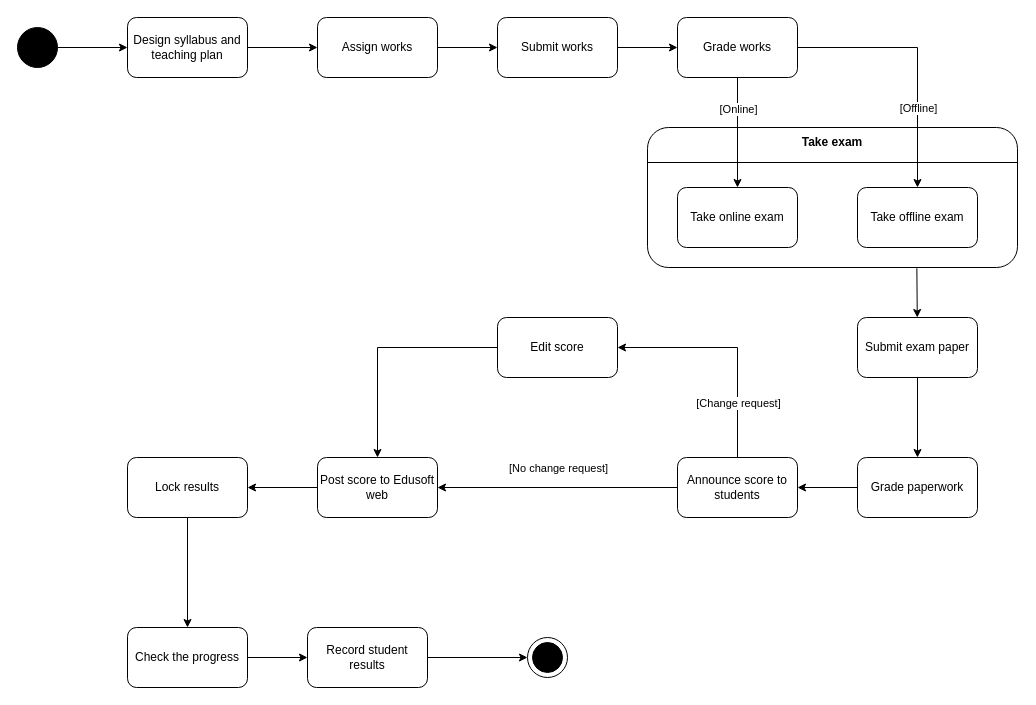
This is Lab 5/Topic 6_ Grading Process.drawio from JavaKhangNguyen/LabOOAD, a draw.io file, before an edit. Source tidied: cells renumbered, new cells numbered last; positions are measured from the earlier drawing's top-left corner, leaving out a move shared by most shapes. Both pictures are drawn from the tidied source at 100%, with x=0, y=0 at pixel (17, 17).
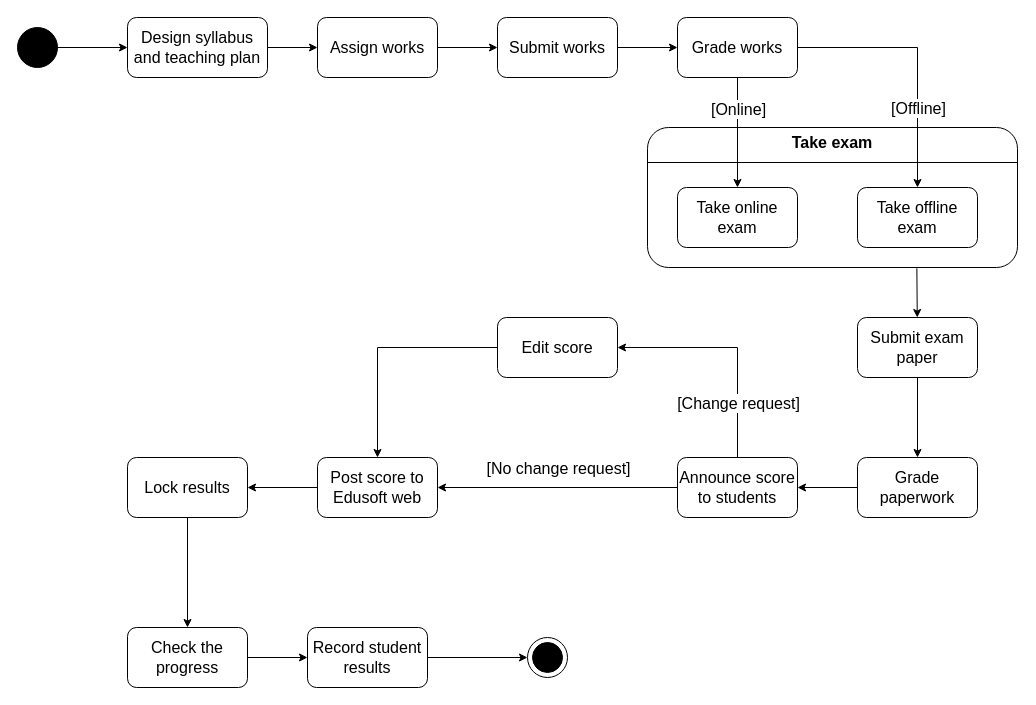
Above is the later version.

The change refers to these unchanged cells:
```xml
<mxCell id="4" style="endArrow=classic;html=1;rounded=0;exitX=0.5;exitY=1;exitDx=0;exitDy=0;entryX=0.5;entryY=0;entryDx=0;entryDy=0;" parent="1" edge="1" target="6">
  <mxGeometry relative="1" as="geometry">
    <mxPoint x="720" y="60" as="sourcePoint" />
  </mxGeometry>
</mxCell>
<mxCell id="7" style="endArrow=classic;html=1;rounded=0;exitX=1;exitY=0.5;exitDx=0;exitDy=0;entryX=0.5;entryY=0;entryDx=0;entryDy=0;" parent="1" edge="1" source="3" target="9">
  <mxGeometry relative="1" as="geometry">
    <Array as="points">
      <mxPoint x="900" y="30" />
    </Array>
  </mxGeometry>
</mxCell>
<mxCell id="23" style="endArrow=classic;html=1;rounded=0;entryX=1;entryY=0.5;entryDx=0;entryDy=0;exitX=0.5;exitY=0;exitDx=0;exitDy=0;" parent="1" edge="1" source="37" target="22">
  <mxGeometry relative="1" as="geometry">
    <Array as="points">
      <mxPoint x="720" y="330" />
    </Array>
  </mxGeometry>
</mxCell>
```

Diff of the diagram source:
```diff
@@
-    <mxCell id="3" value="Grade works" style="rounded=1;whiteSpace=wrap;html=1;fillColor=none;" parent="1" vertex="1">
+    <mxCell id="3" value="&lt;font style=&quot;font-size: 16px&quot;&gt;Grade works&lt;/font&gt;" style="rounded=1;whiteSpace=wrap;html=1;fillColor=none;" parent="1" vertex="1">
       <mxGeometry x="660" width="120" height="60" as="geometry" />
     </mxCell>
@@
-    <mxCell id="5" value="[Online]" style="edgeLabel;html=1;align=center;verticalAlign=middle;horizontal=1;" parent="4" vertex="1">
+    <mxCell id="5" value="&lt;font style=&quot;font-size: 16px&quot;&gt;[Online]&lt;/font&gt;" style="edgeLabel;html=1;align=center;verticalAlign=middle;horizontal=1;" parent="4" vertex="1">
       <mxGeometry x="0.52" y="3" relative="1" as="geometry">
         <mxPoint x="-3" y="-53" as="offset" />
       </mxGeometry>
     </mxCell>
-    <mxCell id="6" value="Take online exam" style="rounded=1;whiteSpace=wrap;html=1;fillColor=none;" parent="1" vertex="1">
+    <mxCell id="6" value="&lt;font style=&quot;font-size: 16px&quot;&gt;Take online exam&lt;/font&gt;" style="rounded=1;whiteSpace=wrap;html=1;fillColor=none;" parent="1" vertex="1">
       <mxGeometry x="660" y="170" width="120" height="60" as="geometry" />
     </mxCell>
@@
-    <mxCell id="8" value="[Offline]" style="edgeLabel;html=1;align=center;verticalAlign=middle;" parent="7" vertex="1">
+    <mxCell id="8" value="&lt;font style=&quot;font-size: 16px&quot;&gt;[Offline]&lt;/font&gt;" style="edgeLabel;html=1;align=center;verticalAlign=middle;" parent="7" vertex="1">
       <mxGeometry x="0.38" y="-1" relative="1" as="geometry">
         <mxPoint x="1" y="1" as="offset" />
       </mxGeometry>
     </mxCell>
-    <mxCell id="9" value="Take offline exam" style="rounded=1;whiteSpace=wrap;html=1;fillColor=none;" parent="1" vertex="1">
+    <mxCell id="9" value="&lt;font style=&quot;font-size: 16px&quot;&gt;Take offline exam&lt;/font&gt;" style="rounded=1;whiteSpace=wrap;html=1;fillColor=none;" parent="1" vertex="1">
       <mxGeometry x="840" y="170" width="120" height="60" as="geometry" />
     </mxCell>
-    <mxCell id="10" value="Submit exam paper" style="rounded=1;whiteSpace=wrap;html=1;fillColor=none;" parent="1" vertex="1">
+    <mxCell id="10" value="&lt;font style=&quot;font-size: 16px&quot;&gt;Submit exam paper&lt;/font&gt;" style="rounded=1;whiteSpace=wrap;html=1;fillColor=none;" parent="1" vertex="1">
       <mxGeometry x="840" y="300" width="120" height="60" as="geometry" />
     </mxCell>
@@
-    <mxCell id="13" value="Grade paperwork" style="rounded=1;whiteSpace=wrap;html=1;fillColor=none;" parent="1" vertex="1">
+    <mxCell id="13" value="&lt;font style=&quot;font-size: 16px&quot;&gt;Grade paperwork&lt;/font&gt;" style="rounded=1;whiteSpace=wrap;html=1;fillColor=none;" parent="1" vertex="1">
       <mxGeometry x="840" y="440" width="120" height="60" as="geometry" />
     </mxCell>
-    <mxCell id="14" value="&lt;span&gt;Post score to Edusoft web&lt;/span&gt;" style="rounded=1;whiteSpace=wrap;html=1;fillColor=none;" parent="1" vertex="1">
+    <mxCell id="14" value="&lt;span&gt;&lt;font style=&quot;font-size: 16px&quot;&gt;Post score to Edusoft web&lt;/font&gt;&lt;/span&gt;" style="rounded=1;whiteSpace=wrap;html=1;fillColor=none;" parent="1" vertex="1">
       <mxGeometry x="300" y="440" width="120" height="60" as="geometry" />
     </mxCell>
-    <mxCell id="15" value="Check the progress" style="rounded=1;whiteSpace=wrap;html=1;fillColor=none;" parent="1" vertex="1">
+    <mxCell id="15" value="&lt;font style=&quot;font-size: 16px&quot;&gt;Check the progress&lt;/font&gt;" style="rounded=1;whiteSpace=wrap;html=1;fillColor=none;" parent="1" vertex="1">
       <mxGeometry x="110" y="610" width="120" height="60" as="geometry" />
     </mxCell>
@@
-    <mxCell id="17" value="Lock results" style="rounded=1;whiteSpace=wrap;html=1;fillColor=none;" parent="1" vertex="1">
+    <mxCell id="17" value="&lt;font style=&quot;font-size: 16px&quot;&gt;Lock results&lt;/font&gt;" style="rounded=1;whiteSpace=wrap;html=1;fillColor=none;" parent="1" vertex="1">
       <mxGeometry x="110" y="440" width="120" height="60" as="geometry" />
     </mxCell>
@@
-    <mxCell id="20" value="Record student results" style="rounded=1;whiteSpace=wrap;html=1;fillColor=none;" parent="1" vertex="1">
+    <mxCell id="20" value="&lt;font style=&quot;font-size: 16px&quot;&gt;Record student results&lt;/font&gt;" style="rounded=1;whiteSpace=wrap;html=1;fillColor=none;" parent="1" vertex="1">
       <mxGeometry x="290" y="610" width="120" height="60" as="geometry" />
     </mxCell>
@@
-    <mxCell id="22" value="Edit score" style="rounded=1;whiteSpace=wrap;html=1;fillColor=none;" parent="1" vertex="1">
+    <mxCell id="22" value="&lt;font style=&quot;font-size: 16px&quot;&gt;Edit score&lt;/font&gt;" style="rounded=1;whiteSpace=wrap;html=1;fillColor=none;" parent="1" vertex="1">
       <mxGeometry x="480" y="300" width="120" height="60" as="geometry" />
     </mxCell>
@@
-    <mxCell id="24" value="[Change request]" style="edgeLabel;html=1;align=center;verticalAlign=middle;horizontal=1;" parent="23" vertex="1">
+    <mxCell id="24" value="&lt;font style=&quot;font-size: 16px&quot;&gt;[Change request]&lt;/font&gt;" style="edgeLabel;html=1;align=center;verticalAlign=middle;horizontal=1;" parent="23" vertex="1">
       <mxGeometry x="-0.7" relative="1" as="geometry">
         <mxPoint y="-20" as="offset" />
       </mxGeometry>
     </mxCell>
@@
-    <mxCell id="28" value="Design syllabus and teaching plan" style="rounded=1;whiteSpace=wrap;html=1;fillColor=none;" parent="1" vertex="1">
-      <mxGeometry x="110" width="120" height="60" as="geometry" />
+    <mxCell id="28" value="&lt;font style=&quot;font-size: 16px&quot;&gt;Design syllabus and teaching plan&lt;/font&gt;" style="rounded=1;whiteSpace=wrap;html=1;fillColor=none;" parent="1" vertex="1">
+      <mxGeometry x="110" width="140" height="60" as="geometry" />
     </mxCell>
@@
-    <mxCell id="30" value="Assign works" style="rounded=1;whiteSpace=wrap;html=1;fillColor=none;" parent="1" vertex="1">
+    <mxCell id="30" value="&lt;font style=&quot;font-size: 16px&quot;&gt;Assign works&lt;/font&gt;" style="rounded=1;whiteSpace=wrap;html=1;fillColor=none;" parent="1" vertex="1">
       <mxGeometry x="300" width="120" height="60" as="geometry" />
     </mxCell>
@@
-    <mxCell id="33" value="Submit works" style="rounded=1;whiteSpace=wrap;html=1;fillColor=none;" parent="1" vertex="1">
+    <mxCell id="33" value="&lt;font style=&quot;font-size: 16px&quot;&gt;Submit works&lt;/font&gt;" style="rounded=1;whiteSpace=wrap;html=1;fillColor=none;" parent="1" vertex="1">
       <mxGeometry x="480" width="120" height="60" as="geometry" />
     </mxCell>
@@
-    <mxCell id="37" value="Announce score to students" style="rounded=1;whiteSpace=wrap;html=1;fillColor=#FFFFFF;" parent="1" vertex="1">
+    <mxCell id="37" value="&lt;font style=&quot;font-size: 16px&quot;&gt;Announce score to students&lt;/font&gt;" style="rounded=1;whiteSpace=wrap;html=1;fillColor=#FFFFFF;" parent="1" vertex="1">
       <mxGeometry x="660" y="440" width="120" height="60" as="geometry" />
     </mxCell>
-    <mxCell id="38" value="[No change request]" style="edgeLabel;html=1;align=center;verticalAlign=middle;" parent="1" vertex="1">
+    <mxCell id="38" value="&lt;font style=&quot;font-size: 16px&quot;&gt;[No change request]&lt;/font&gt;" style="edgeLabel;html=1;align=center;verticalAlign=middle;" parent="1" vertex="1">
       <mxGeometry x="540" y="450" as="geometry" />
     </mxCell>
@@
-    <mxCell id="40" value="&lt;b&gt;Take exam&lt;/b&gt;" style="text;html=1;strokeColor=none;fillColor=none;align=center;verticalAlign=middle;whiteSpace=wrap;rounded=0;" parent="1" vertex="1">
-      <mxGeometry x="780" y="110" width="70" height="30" as="geometry" />
+    <mxCell id="40" value="&lt;b&gt;&lt;font style=&quot;font-size: 16px&quot;&gt;Take exam&lt;/font&gt;&lt;/b&gt;" style="text;html=1;strokeColor=none;fillColor=none;align=center;verticalAlign=middle;whiteSpace=wrap;rounded=0;" parent="1" vertex="1">
+      <mxGeometry x="770" y="110" width="90" height="30" as="geometry" />
     </mxCell>
```
